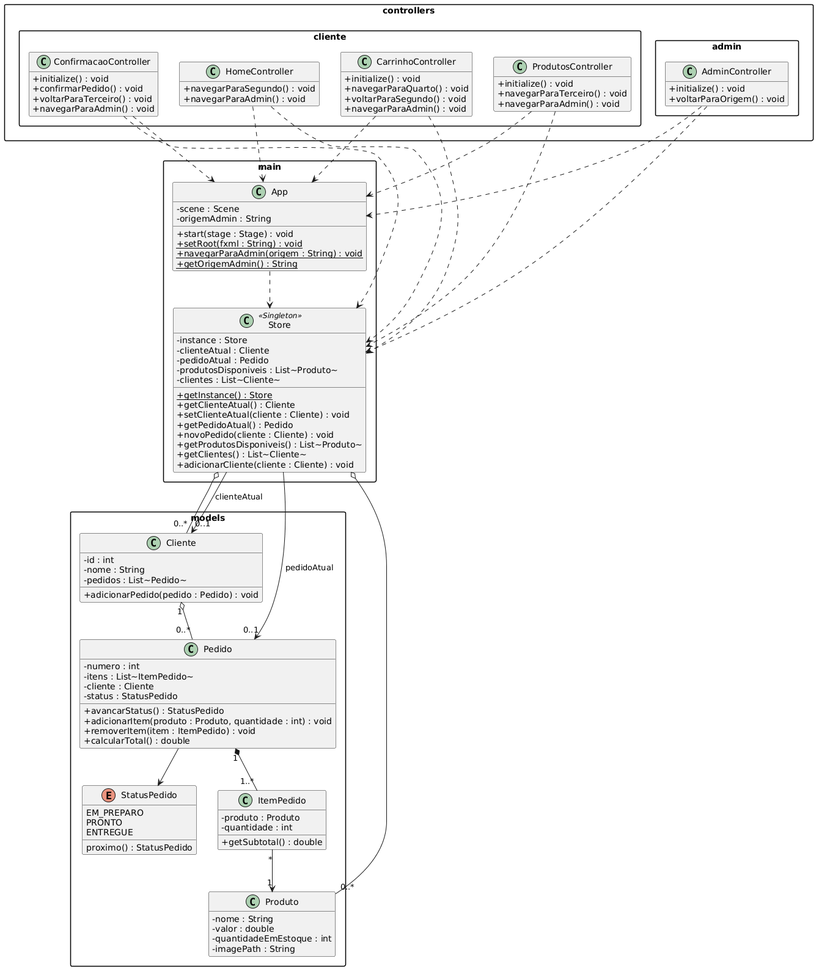
lucaspscode/projeto-fruteiraJAVAFX keeps this PlantUML diagram as diagramaUML.png. Above is the earlier version.
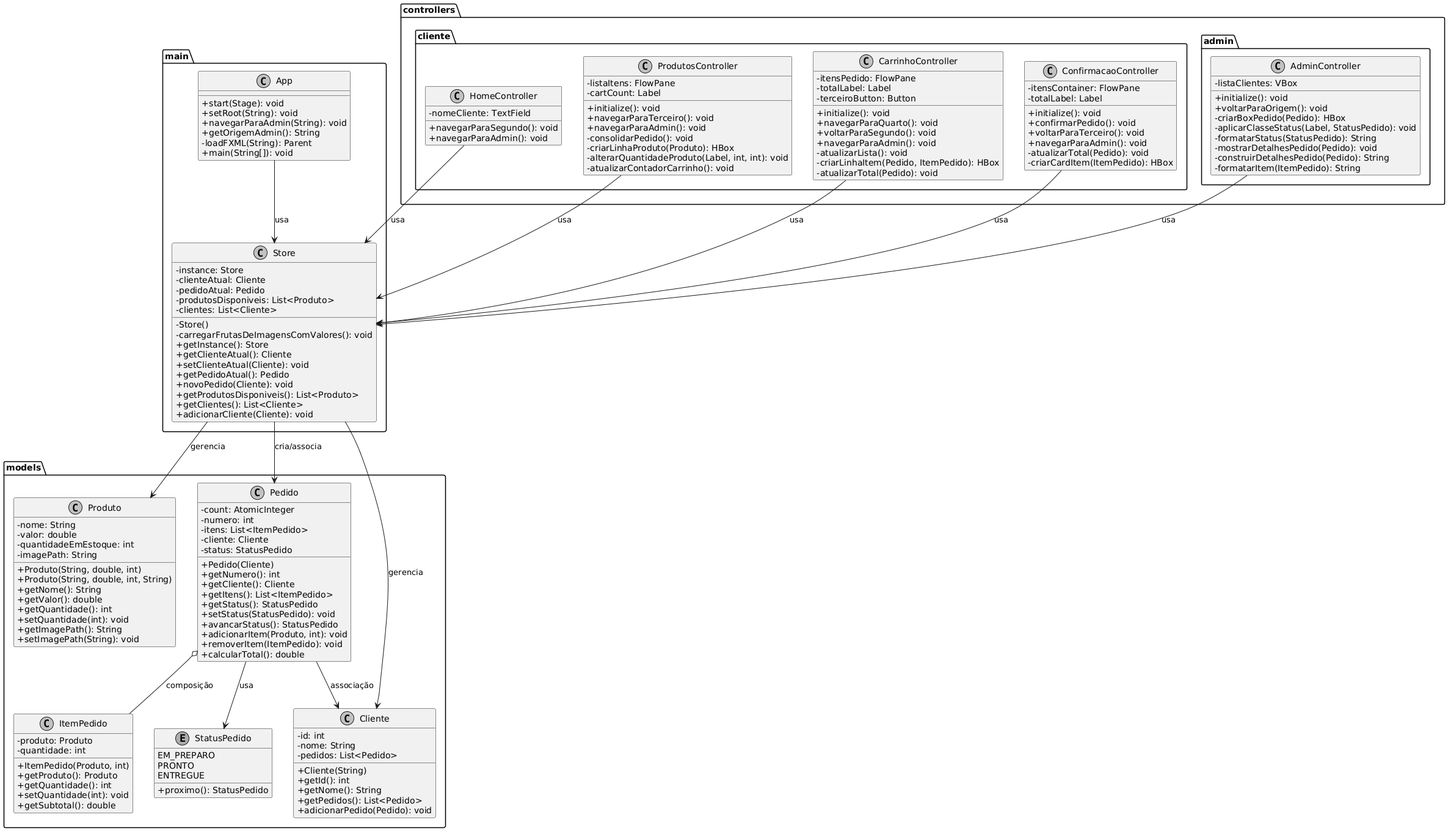
After the change.

Commit message:
Inicializa projeto JavaFX: código, recursos e testes

Change to the diagram source:
```diff
@@ -1,129 +1,169 @@
 @startuml
 skinparam classAttributeIconSize 0
-skinparam packageStyle rect
-hide empty methods
-hide empty attributes
+skinparam shadowing false
+skinparam monochrome true
 
-  package "main" {
-    class App {
-      - scene : Scene
-      - origemAdmin : String
-      + start(stage : Stage) : void
-      + {static} setRoot(fxml : String) : void
-      + {static} navegarParaAdmin(origem : String) : void
-      + {static} getOrigemAdmin() : String
-    }
-
-    class Store <<Singleton>> {
-      - instance : Store
-      - clienteAtual : Cliente
-      - pedidoAtual : Pedido
-      - produtosDisponiveis : List~Produto~
-      - clientes : List~Cliente~
-      + {static} getInstance() : Store
-      + getClienteAtual() : Cliente
-      + setClienteAtual(cliente : Cliente) : void
-      + getPedidoAtual() : Pedido
-      + novoPedido(cliente : Cliente) : void
-      + getProdutosDisponiveis() : List~Produto~
-      + getClientes() : List~Cliente~
-      + adicionarCliente(cliente : Cliente) : void
-    }
+package "main" {
+  class App {
+    +start(Stage): void
+    +setRoot(String): void
+    +navegarParaAdmin(String): void
+    +getOrigemAdmin(): String
+    -loadFXML(String): Parent
+    +main(String[]): void
   }
 
-  package "models" {
-    enum StatusPedido {
-      EM_PREPARO
-      PRONTO
-      ENTREGUE
-      proximo() : StatusPedido
-    }
+  class Store {
+    -instance: Store
+    -clienteAtual: Cliente
+    -pedidoAtual: Pedido
+    -produtosDisponiveis: List<Produto>
+    -clientes: List<Cliente>
+    -Store()
+    -carregarFrutasDeImagensComValores(): void
+    +getInstance(): Store
+    +getClienteAtual(): Cliente
+    +setClienteAtual(Cliente): void
+    +getPedidoAtual(): Pedido
+    +novoPedido(Cliente): void
+    +getProdutosDisponiveis(): List<Produto>
+    +getClientes(): List<Cliente>
+    +adicionarCliente(Cliente): void
+  }
+}
 
-    class Cliente {
-      - id : int
-      - nome : String
-      - pedidos : List~Pedido~
-      + adicionarPedido(pedido : Pedido) : void
-    }
-
-    class Pedido {
-      - numero : int
-      - itens : List~ItemPedido~
-      - cliente : Cliente
-      - status : StatusPedido
-      + avancarStatus() : StatusPedido
-      + adicionarItem(produto : Produto, quantidade : int) : void
-      + removerItem(item : ItemPedido) : void
-      + calcularTotal() : double
-    }
-
-    class ItemPedido {
-      - produto : Produto
-      - quantidade : int
-      + getSubtotal() : double
-    }
-
-    class Produto {
-      - nome : String
-      - valor : double
-      - quantidadeEmEstoque : int
-      - imagePath : String
-    }
-
-    Cliente "1" o-- "0..*" Pedido
-    Pedido "1" *-- "1..*" ItemPedido
-    ItemPedido "*" --> "1" Produto
-    Pedido --> StatusPedido
+package "controllers.cliente" {
+  class HomeController {
+    -nomeCliente: TextField
+    +navegarParaSegundo(): void
+    +navegarParaAdmin(): void
   }
 
-  package "controllers" {
-    package "cliente" {
-      class HomeController {
-        + navegarParaSegundo() : void
-        + navegarParaAdmin() : void
-      }
-      class ProdutosController {
-        + initialize() : void
-        + navegarParaTerceiro() : void
-        + navegarParaAdmin() : void
-      }
-      class CarrinhoController {
-        + initialize() : void
-        + navegarParaQuarto() : void
-        + voltarParaSegundo() : void
-        + navegarParaAdmin() : void
-      }
-      class ConfirmacaoController {
-        + initialize() : void
-        + confirmarPedido() : void
-        + voltarParaTerceiro() : void
-        + navegarParaAdmin() : void
-      }
-    }
-    package "admin" {
-      class AdminController {
-        + initialize() : void
-        + voltarParaOrigem() : void
-      }
-    }
+  class ProdutosController {
+    -listaItens: FlowPane
+    -cartCount: Label
+    +initialize(): void
+    +navegarParaTerceiro(): void
+    +navegarParaAdmin(): void
+    -consolidarPedido(): void
+    -criarLinhaProduto(Produto): HBox
+    -alterarQuantidadeProduto(Label, int, int): void
+    -atualizarContadorCarrinho(): void
   }
 
-  Store o-- "0..*" Cliente
-  Store o-- "0..*" Produto
-  Store --> "0..1" Pedido : pedidoAtual
-  Store --> "0..1" Cliente : clienteAtual
+  class CarrinhoController {
+    -itensPedido: FlowPane
+    -totalLabel: Label
+    -terceiroButton: Button
+    +initialize(): void
+    +navegarParaQuarto(): void
+    +voltarParaSegundo(): void
+    +navegarParaAdmin(): void
+    -atualizarLista(): void
+    -criarLinhaItem(Pedido, ItemPedido): HBox
+    -atualizarTotal(Pedido): void
+  }
 
-  App ..> Store
+  class ConfirmacaoController {
+    -itensContainer: FlowPane
+    -totalLabel: Label
+    +initialize(): void
+    +confirmarPedido(): void
+    +voltarParaTerceiro(): void
+    +navegarParaAdmin(): void
+    -atualizarTotal(Pedido): void
+    -criarCardItem(ItemPedido): HBox
+  }
+}
 
-  HomeController ..> App
-  HomeController ..> Store
-  ProdutosController ..> App
-  ProdutosController ..> Store
-  CarrinhoController ..> App
-  CarrinhoController ..> Store
-  ConfirmacaoController ..> App
-  ConfirmacaoController ..> Store
-  AdminController ..> App
-  AdminController ..> Store
+package "controllers.admin" {
+  class AdminController {
+    -listaClientes: VBox
+    +initialize(): void
+    +voltarParaOrigem(): void
+    -criarBoxPedido(Pedido): HBox
+    -aplicarClasseStatus(Label, StatusPedido): void
+    -formatarStatus(StatusPedido): String
+    -mostrarDetalhesPedido(Pedido): void
+    -construirDetalhesPedido(Pedido): String
+    -formatarItem(ItemPedido): String
+  }
 }
+
+package "models" {
+  class Produto {
+    -nome: String
+    -valor: double
+    -quantidadeEmEstoque: int
+    -imagePath: String
+    +Produto(String, double, int)
+    +Produto(String, double, int, String)
+    +getNome(): String
+    +getValor(): double
+    +getQuantidade(): int
+    +setQuantidade(int): void
+    +getImagePath(): String
+    +setImagePath(String): void
+  }
+
+  class ItemPedido {
+    -produto: Produto
+    -quantidade: int
+    +ItemPedido(Produto, int)
+    +getProduto(): Produto
+    +getQuantidade(): int
+    +setQuantidade(int): void
+    +getSubtotal(): double
+  }
+
+  class Cliente {
+    -id: int
+    -nome: String
+    -pedidos: List<Pedido>
+    +Cliente(String)
+    +getId(): int
+    +getNome(): String
+    +getPedidos(): List<Pedido>
+    +adicionarPedido(Pedido): void
+  }
+
+  class Pedido {
+    -count: AtomicInteger
+    -numero: int
+    -itens: List<ItemPedido>
+    -cliente: Cliente
+    -status: StatusPedido
+    +Pedido(Cliente)
+    +getNumero(): int
+    +getCliente(): Cliente
+    +getItens(): List<ItemPedido>
+    +getStatus(): StatusPedido
+    +setStatus(StatusPedido): void
+    +avancarStatus(): StatusPedido
+    +adicionarItem(Produto, int): void
+    +removerItem(ItemPedido): void
+    +calcularTotal(): double
+  }
+
+  enum StatusPedido {
+    EM_PREPARO
+    PRONTO
+    ENTREGUE
+    +proximo(): StatusPedido
+  }
+}
+
+App --> Store : usa
+HomeController --> Store : usa
+ProdutosController --> Store : usa
+CarrinhoController --> Store : usa
+ConfirmacaoController --> Store : usa
+AdminController --> Store : usa
+
+Store --> Produto : gerencia
+Store --> Cliente : gerencia
+Store --> Pedido : cria/associa
+Pedido o-- ItemPedido : composição
+Pedido --> Cliente : associação
+Pedido --> StatusPedido : usa
 @enduml
```
